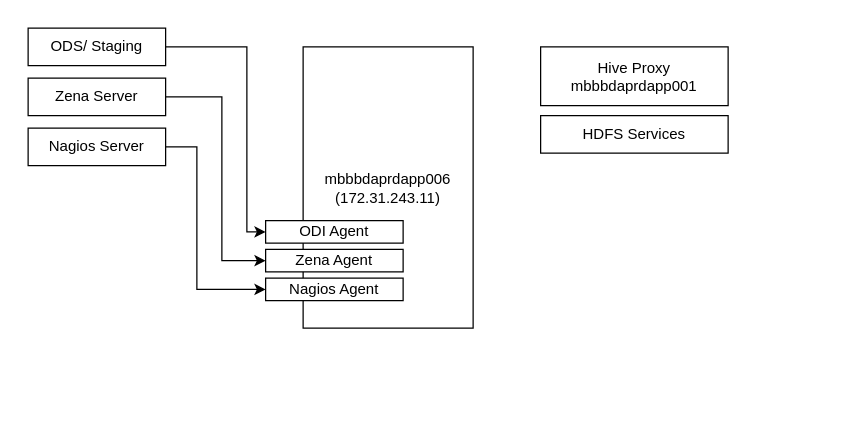
Above: Logical BDA agents diagram.drawio in agileox/architecture (draw.io), before the change. Source tidied: cells renumbered, new cells numbered last; positions are measured from the earlier drawing's top-left corner, leaving out a move shared by most shapes. Both pictures are drawn from the tidied source at 125%, with x=0, y=0 at pixel (28, 28).
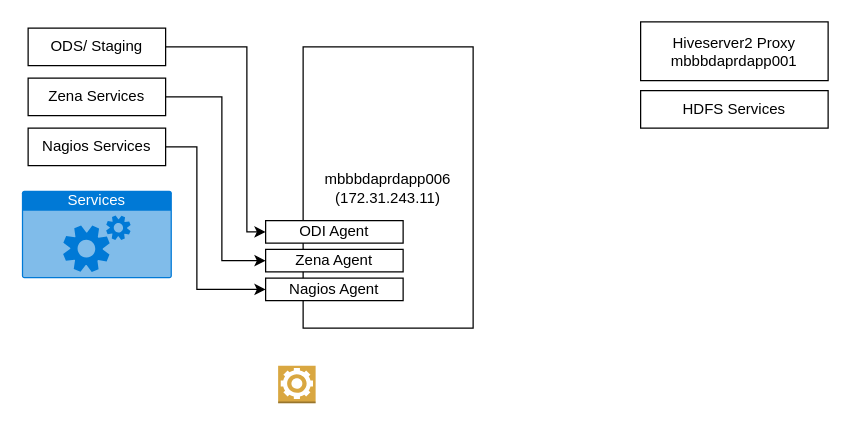
After the change.

Change to the diagram source:
```diff
@@
-    <mxCell id="3" value="Zena Server" style="rounded=0;whiteSpace=wrap;html=1;" parent="1" vertex="1">
+    <mxCell id="3" value="Zena Services" style="rounded=0;whiteSpace=wrap;html=1;" parent="1" vertex="1">
       <mxGeometry y="40" width="110" height="30" as="geometry" />
     </mxCell>
@@
-    <mxCell id="5" value="Nagios Server" style="rounded=0;whiteSpace=wrap;html=1;" parent="1" vertex="1">
+    <mxCell id="5" value="Nagios Services" style="rounded=0;whiteSpace=wrap;html=1;" parent="1" vertex="1">
       <mxGeometry y="80" width="110" height="30" as="geometry" />
     </mxCell>
@@
-    <mxCell id="12" value="Hive Proxy&lt;br&gt;mbbbdaprdapp001" style="rounded=0;whiteSpace=wrap;html=1;" parent="1" vertex="1">
-      <mxGeometry x="410" y="15" width="150" height="47" as="geometry" />
+    <mxCell id="12" value="Hiveserver2 Proxy&lt;br&gt;mbbbdaprdapp001" style="rounded=0;whiteSpace=wrap;html=1;" parent="1" vertex="1">
+      <mxGeometry x="490" y="-5" width="150" height="47" as="geometry" />
     </mxCell>
     <mxCell id="13" value="HDFS Services" style="rounded=0;whiteSpace=wrap;html=1;" parent="1" vertex="1">
-      <mxGeometry x="410" y="70" width="150" height="30" as="geometry" />
+      <mxGeometry x="490" y="50" width="150" height="30" as="geometry" />
     </mxCell>
+    <mxCell id="14" value="Services" style="html=1;whiteSpace=wrap;strokeColor=none;fillColor=#0079D6;labelPosition=center;verticalLabelPosition=middle;verticalAlign=top;align=center;fontSize=12;spacingTop=-6;fontColor=#FFFFFF;sketch=0;shape=mxgraph.sitemap.services;" parent="1" vertex="1">
+      <mxGeometry x="-5" y="130" width="120" height="70" as="geometry" />
+    </mxCell>
+    <mxCell id="15" style="dashed=0;verticalLabelPosition=bottom;verticalAlign=top;align=center;html=1;shape=mxgraph.aws3.worker;fillColor=#D9A741;gradientColor=none;" parent="1" vertex="1">
+      <mxGeometry x="200" y="270" width="30" height="30" as="geometry" />
+    </mxCell>
```
